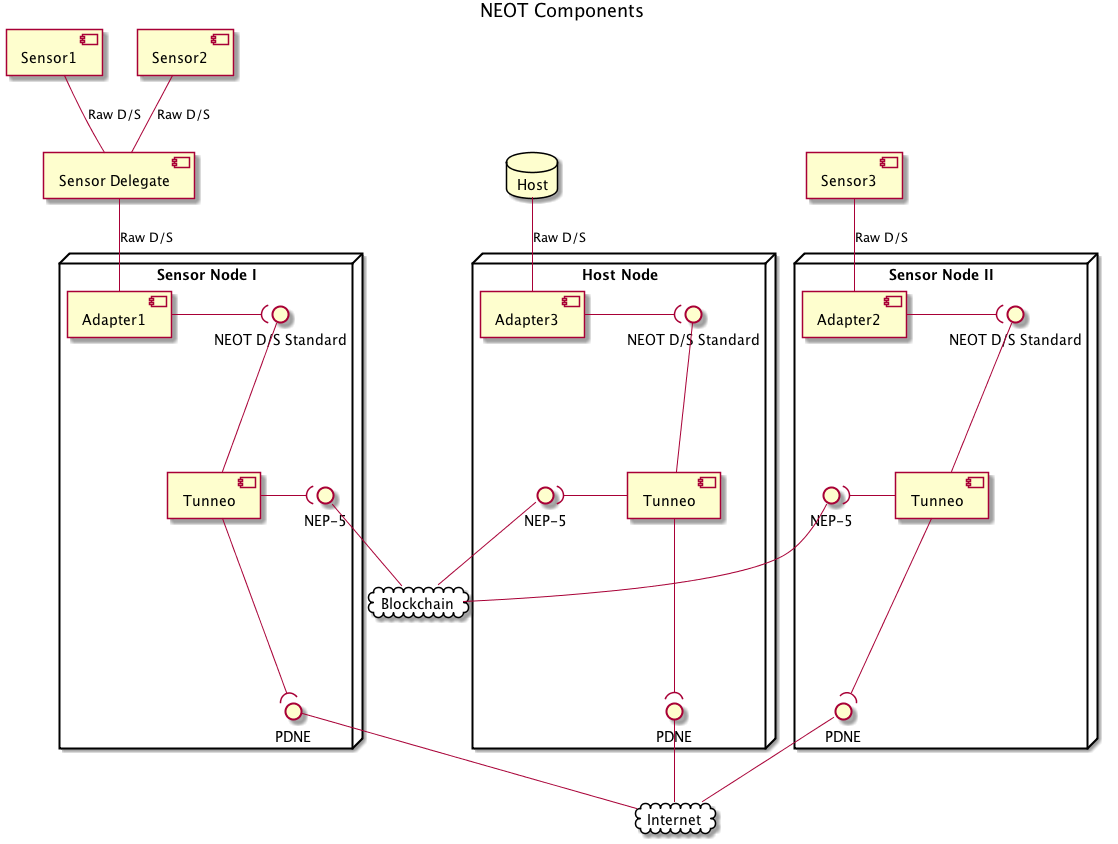
Earlier version of the PlantUML export PlantUML/out/Components/Components.png (NEOCompToronto/NEOCompetition).
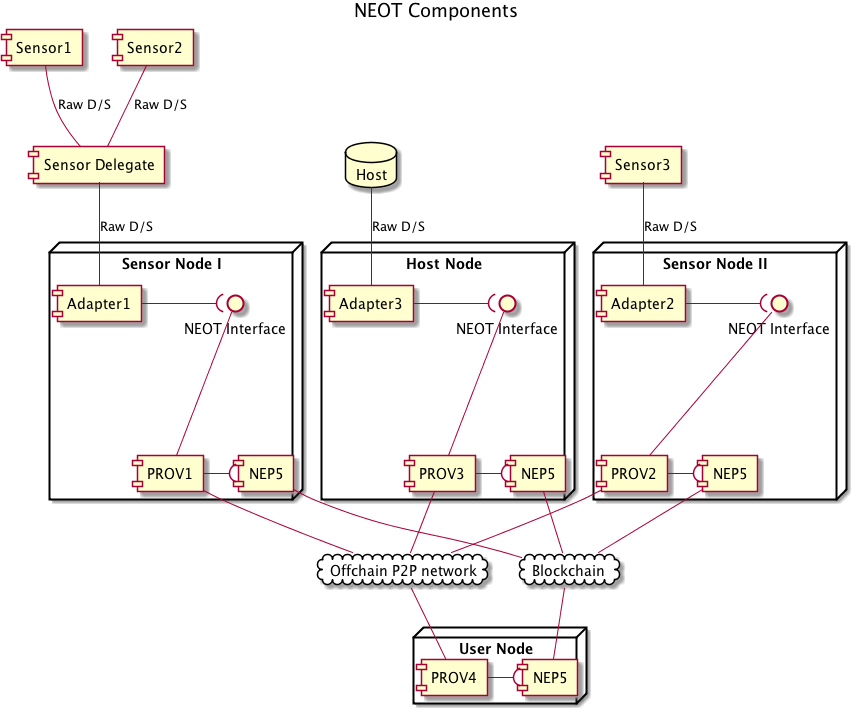
The same file after the commit.

Change to the diagram source:
```diff
@@ -1,6 +1,6 @@
 @startuml
 
-skinparam componentStyle uml2
+
 
 title NEOT Components
 
@@ -9,27 +9,25 @@
 component [Sensor Delegate] as SD
 component [Sensor3] as S3
 
-cloud Internet {
+cloud "Offchain P2P network" as Internet {
 }
 cloud Blockchain {
 }
 
 node "Sensor Node I" as NN1 {
     [Adapter1] as A1
-    interface "NEOT D/S Standard" as ProtNEOT1
-    interface "NEP-5" as NEP1
-    [Tunneo] as TN1
-    interface "PDNE" as PDNE1
+    interface "NEOT Interface" as ProtNEOT1
+    [NEP5] as NEP1
+    [PROV1] as TN1
 }
 
 
 
 node "Sensor Node II" as NN2 {
     [Adapter2] as A2
-    interface "NEOT D/S Standard" as ProtNEOT2
-    interface "NEP-5" as NEP2
-    [Tunneo] as TN2
-    interface "PDNE" as PDNE2
+    interface "NEOT Interface" as ProtNEOT2
+    [NEP5] as NEP2
+    [PROV2] as TN2
 }
 
 
@@ -38,24 +36,21 @@
 SD -d- A1: Raw D/S
 A1 -r-( ProtNEOT1
 TN1 -u- ProtNEOT1
-TN1 -d-( PDNE1
 TN1 -( NEP1
 
 
 S3 -d- A2: Raw D/S
 A2 -r-( ProtNEOT2
 TN2 -u- ProtNEOT2
-TN2 -d-( PDNE2
 TN2 -( NEP2
 
 database "Host" as SR1
 
 node "Host Node" as NN3 {
     [Adapter3] as A3
-    interface "NEOT D/S Standard" as ProtNEOT3
-    [Tunneo] as TN3
-    interface "NEP-5" as NEP3
-    interface "PDNE" as PDNE3
+    interface "NEOT Interface" as ProtNEOT3
+    [PROV3] as TN3
+    [NEP5] as NEP3
 }
 
 
@@ -63,16 +58,24 @@
 SR1 -d- A3: Raw D/S
 A3 -r-( ProtNEOT3
 TN3 -u- ProtNEOT3
-TN3 -d-( PDNE3
 TN3 -r-( NEP3
 
-PDNE1 -down- Internet
-PDNE2 -down- Internet
-PDNE3 -down- Internet
+TN1 -down- Internet
+TN2 -down- Internet
+TN3 -down- Internet
 
 
 NEP1 -down- Blockchain
 NEP2 -down- Blockchain
 NEP3 -down- Blockchain
 
+node "User Node" as User {
+    [PROV4] as TN4
+    [NEP5] as NEP4
+}
+TN4 -r-( NEP4
+
+TN4 -up- Internet
+NEP4 -up- Blockchain
+
 @enduml
```
